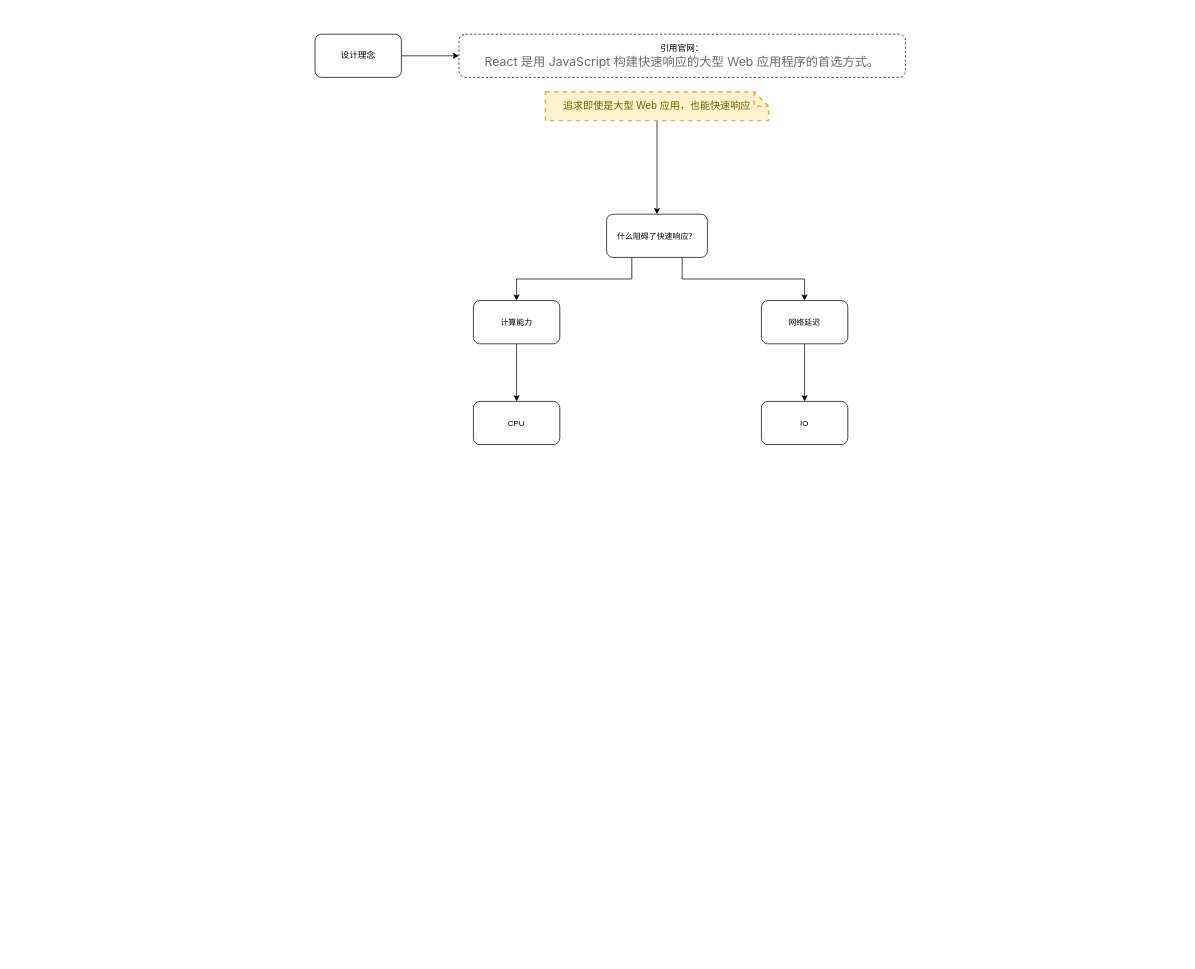
Before: React.drawio in FE-Sadhu/diagram, a draw.io diagram. Source tidied: cells renumbered, new cells numbered last; positions are measured from the earlier drawing's top-left corner, leaving out a move shared by most shapes. Both pictures are drawn from the tidied source at 72%, with x=0, y=0 at pixel (315, 34).
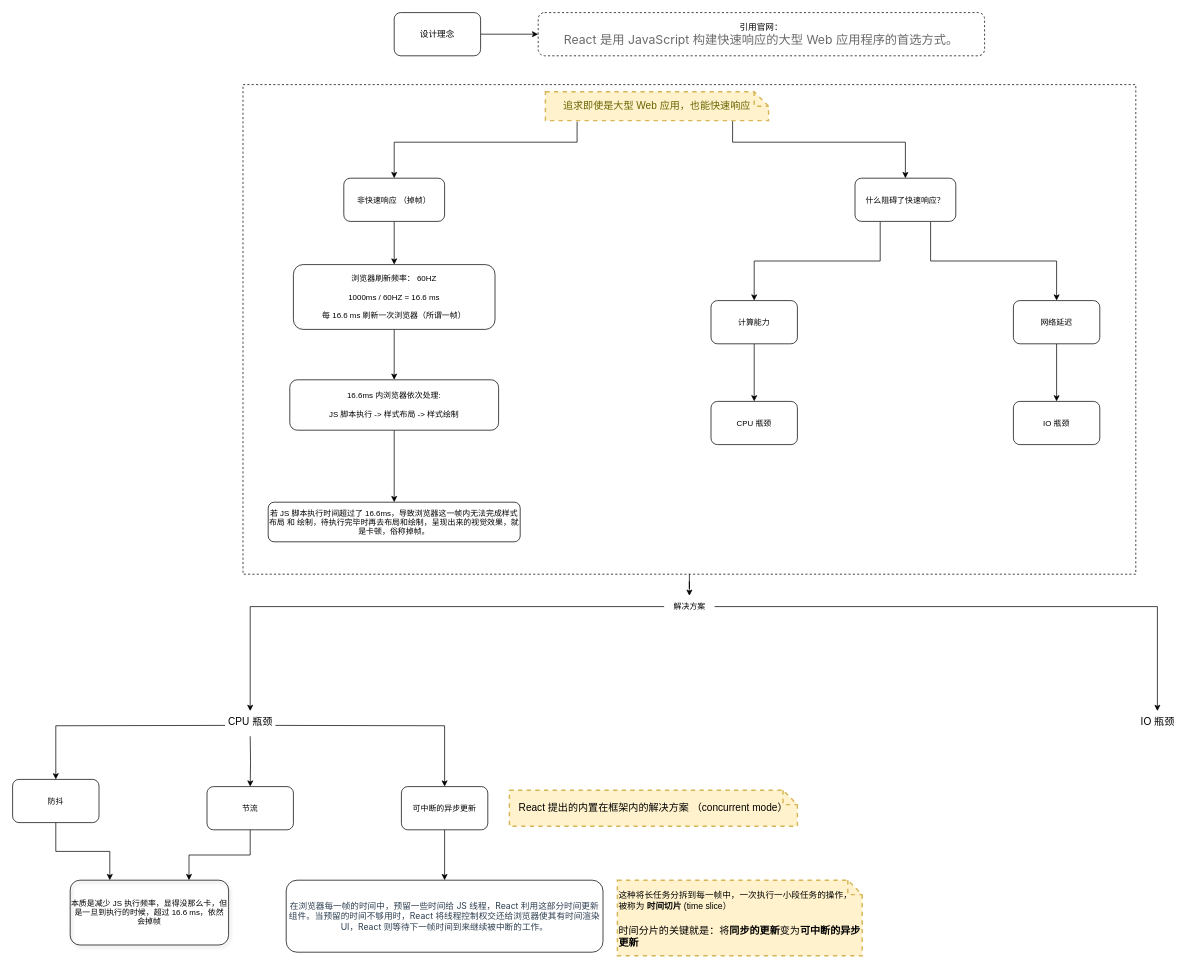
After the change.

The change refers to these unchanged cells:
```xml
<mxCell id="6" value="追求即使是大型 Web 应用，也能快速响应" style="shape=note;strokeWidth=2;fontSize=14;size=20;whiteSpace=wrap;html=1;fillColor=#fff2cc;strokeColor=#d6b656;fontColor=#666600;dashed=1;" parent="1" vertex="1">
  <mxGeometry x="320" y="80" width="310" height="40" as="geometry" />
</mxCell>
```

What changed in the source:
```diff
@@
+    <mxCell id="16" style="edgeStyle=orthogonalEdgeStyle;rounded=0;jettySize=auto;html=1;exitX=0.5;exitY=1;exitDx=0;exitDy=0;fontSize=11;" parent="1" edge="1" source="17" target="33">
+      <mxGeometry relative="1" as="geometry" />
+    </mxCell>
+    <mxCell id="17" style="rounded=0;whiteSpace=wrap;html=1;fontSize=11;dashed=1;fillColor=none;" parent="1" vertex="1">
+      <mxGeometry x="-100" y="70" width="1240" height="680" as="geometry" />
+    </mxCell>
@@
     <mxCell id="3" value="设计理念" style="rounded=1;whiteSpace=wrap;html=1;" parent="1" vertex="1">
-      <mxGeometry width="120" height="60" as="geometry" />
+      <mxGeometry x="110" y="-30" width="120" height="60" as="geometry" />
     </mxCell>
     <mxCell id="4" value="&lt;div style=&quot;&quot;&gt;&lt;span style=&quot;background-color: initial;&quot;&gt;引用官网：&lt;/span&gt;&lt;/div&gt;&lt;div style=&quot;text-align: left;&quot;&gt;&lt;span style=&quot;color: rgb(107, 107, 107); font-family: -apple-system, BlinkMacSystemFont, &amp;quot;Segoe UI&amp;quot;, Roboto, Oxygen, Ubuntu, Cantarell, &amp;quot;Fira Sans&amp;quot;, &amp;quot;Droid Sans&amp;quot;, &amp;quot;Helvetica Neue&amp;quot;, sans-serif; background-color: initial;&quot;&gt;&lt;font style=&quot;font-size: 17px;&quot;&gt;React 是用 JavaScript 构建快速响应的大型 Web 应用程序的首选方式。&lt;/font&gt;&lt;/span&gt;&lt;/div&gt;" style="rounded=1;whiteSpace=wrap;html=1;dashed=1;" parent="1" vertex="1">
-      <mxGeometry x="200" width="620" height="60" as="geometry" />
+      <mxGeometry x="310" y="-30" width="620" height="60" as="geometry" />
     </mxCell>
     <mxCell id="5" style="edgeStyle=orthogonalEdgeStyle;rounded=0;jettySize=auto;html=1;entryX=0.5;entryY=0;entryDx=0;entryDy=0;fontSize=11;" parent="1" edge="1" source="6" target="9">
-      <mxGeometry relative="1" as="geometry" />
+      <mxGeometry relative="1" as="geometry">
+        <Array as="points">
+          <mxPoint x="580" y="150" />
+          <mxPoint x="820" y="150" />
+        </Array>
+      </mxGeometry>
     </mxCell>
+    <mxCell id="18" style="edgeStyle=orthogonalEdgeStyle;rounded=0;jettySize=auto;html=1;exitX=0.142;exitY=1.036;exitDx=0;exitDy=0;exitPerimeter=0;fontSize=11;" parent="1" edge="1" source="6" target="20">
+      <mxGeometry relative="1" as="geometry">
+        <Array as="points">
+          <mxPoint x="364" y="150" />
+          <mxPoint x="110" y="150" />
+        </Array>
+      </mxGeometry>
+    </mxCell>
@@
     <mxCell id="9" value="&lt;font style=&quot;font-size: 11px;&quot;&gt;什么阻碍了快速响应？&lt;/font&gt;" style="rounded=1;whiteSpace=wrap;html=1;fontSize=17;" parent="1" vertex="1">
-      <mxGeometry x="405" y="250" width="140" height="60" as="geometry" />
+      <mxGeometry x="750" y="200" width="140" height="60" as="geometry" />
     </mxCell>
@@
     <mxCell id="11" value="计算能力" style="rounded=1;whiteSpace=wrap;html=1;fontSize=11;" parent="1" vertex="1">
-      <mxGeometry x="220" y="370" width="120" height="60" as="geometry" />
+      <mxGeometry x="550" y="370" width="120" height="60" as="geometry" />
     </mxCell>
@@
     <mxCell id="13" value="网络延迟" style="rounded=1;whiteSpace=wrap;html=1;fontSize=11;" parent="1" vertex="1">
-      <mxGeometry x="620" y="370" width="120" height="60" as="geometry" />
+      <mxGeometry x="970" y="370" width="120" height="60" as="geometry" />
     </mxCell>
-    <mxCell id="14" value="CPU" style="whiteSpace=wrap;html=1;fontSize=11;rounded=1;" parent="1" vertex="1">
-      <mxGeometry x="220" y="510" width="120" height="60" as="geometry" />
+    <mxCell id="14" value="CPU 瓶颈" style="whiteSpace=wrap;html=1;fontSize=11;rounded=1;" parent="1" vertex="1">
+      <mxGeometry x="550" y="510" width="120" height="60" as="geometry" />
     </mxCell>
-    <mxCell id="15" value="IO" style="whiteSpace=wrap;html=1;fontSize=11;rounded=1;" parent="1" vertex="1">
-      <mxGeometry x="620" y="510" width="120" height="60" as="geometry" />
+    <mxCell id="15" value="IO 瓶颈" style="whiteSpace=wrap;html=1;fontSize=11;rounded=1;" parent="1" vertex="1">
+      <mxGeometry x="970" y="510" width="120" height="60" as="geometry" />
     </mxCell>
+    <mxCell id="19" style="edgeStyle=orthogonalEdgeStyle;rounded=0;jettySize=auto;html=1;exitX=0.5;exitY=1;exitDx=0;exitDy=0;entryX=0.5;entryY=0;entryDx=0;entryDy=0;fontSize=11;" parent="1" edge="1" source="20" target="22">
+      <mxGeometry relative="1" as="geometry" />
+    </mxCell>
+    <mxCell id="20" value="&lt;span style=&quot;font-size: 11px;&quot;&gt;非快速响应 （掉帧）&lt;/span&gt;" style="rounded=1;whiteSpace=wrap;html=1;fontSize=17;" parent="1" vertex="1">
+      <mxGeometry x="40" y="200" width="140" height="60" as="geometry" />
+    </mxCell>
+    <mxCell id="21" style="edgeStyle=orthogonalEdgeStyle;rounded=0;jettySize=auto;html=1;exitX=0.5;exitY=1;exitDx=0;exitDy=0;entryX=0.5;entryY=0;entryDx=0;entryDy=0;fontSize=11;" parent="1" edge="1" source="22" target="24">
+      <mxGeometry relative="1" as="geometry" />
+    </mxCell>
+    <mxCell id="22" value="浏览器刷新频率： 60HZ&lt;br&gt;&lt;br&gt;1000ms / 60HZ = 16.6 ms&lt;br&gt;&lt;br&gt;每 16.6 ms 刷新一次浏览器（所谓一帧）" style="rounded=1;whiteSpace=wrap;html=1;fontSize=11;" parent="1" vertex="1">
+      <mxGeometry x="-30" y="320" width="280" height="90" as="geometry" />
+    </mxCell>
+    <mxCell id="23" style="edgeStyle=orthogonalEdgeStyle;rounded=0;jettySize=auto;html=1;fontSize=11;" parent="1" edge="1" source="24" target="25">
+      <mxGeometry relative="1" as="geometry" />
+    </mxCell>
+    <mxCell id="24" value="16.6ms 内浏览器依次处理:&lt;br&gt;&lt;br&gt;JS 脚本执行 -&amp;gt; 样式布局 -&amp;gt; 样式绘制&lt;br&gt;" style="rounded=1;whiteSpace=wrap;html=1;fontSize=11;" parent="1" vertex="1">
+      <mxGeometry x="-35" y="480" width="290" height="70" as="geometry" />
+    </mxCell>
+    <mxCell id="25" value="若 JS 脚本执行时间超过了 16.6ms，导致浏览器这一帧内无法完成样式布局 和 绘制，待执行完毕时再去布局和绘制，呈现出来的视觉效果，就是卡顿，俗称掉帧。" style="rounded=1;whiteSpace=wrap;html=1;fontSize=11;" parent="1" vertex="1">
+      <mxGeometry x="-65" y="650" width="350" height="55" as="geometry" />
+    </mxCell>
+    <mxCell id="26" style="edgeStyle=orthogonalEdgeStyle;rounded=0;jettySize=auto;html=1;entryX=0.25;entryY=0;entryDx=0;entryDy=0;fontSize=11;" parent="1" edge="1" source="27" target="38">
+      <mxGeometry relative="1" as="geometry" />
+    </mxCell>
+    <mxCell id="27" value="防抖" style="rounded=1;whiteSpace=wrap;html=1;fontSize=11;" parent="1" vertex="1">
+      <mxGeometry x="-420" y="1035" width="120" height="60" as="geometry" />
+    </mxCell>
+    <mxCell id="28" style="edgeStyle=orthogonalEdgeStyle;rounded=0;jettySize=auto;html=1;entryX=0.5;entryY=0;entryDx=0;entryDy=0;fontSize=11;" parent="1" edge="1" target="27">
+      <mxGeometry relative="1" as="geometry">
+        <mxPoint x="-125" y="960" as="sourcePoint" />
+      </mxGeometry>
+    </mxCell>
+    <mxCell id="29" style="edgeStyle=orthogonalEdgeStyle;rounded=0;jettySize=auto;html=1;fontSize=11;" parent="1" edge="1" target="35">
+      <mxGeometry relative="1" as="geometry">
+        <mxPoint x="-90" y="975" as="sourcePoint" />
+      </mxGeometry>
+    </mxCell>
+    <mxCell id="30" style="edgeStyle=orthogonalEdgeStyle;rounded=0;jettySize=auto;html=1;entryX=0.5;entryY=0;entryDx=0;entryDy=0;fontSize=11;" parent="1" edge="1" target="37">
+      <mxGeometry relative="1" as="geometry">
+        <mxPoint x="-55" y="960" as="sourcePoint" />
+      </mxGeometry>
+    </mxCell>
+    <mxCell id="31" style="edgeStyle=orthogonalEdgeStyle;rounded=0;jettySize=auto;html=1;fontFamily=Helvetica;fontSize=14;fontColor=#000000;" parent="1" edge="1" source="33" target="42">
+      <mxGeometry relative="1" as="geometry" />
+    </mxCell>
+    <mxCell id="32" style="edgeStyle=orthogonalEdgeStyle;rounded=0;jettySize=auto;html=1;fontFamily=Helvetica;fontSize=14;fontColor=#000000;" parent="1" edge="1" source="33" target="43">
+      <mxGeometry relative="1" as="geometry" />
+    </mxCell>
+    <mxCell id="33" value="解决方案" style="text;html=1;align=center;verticalAlign=middle;points=[];strokeColor=none;fillColor=none;fontSize=11;" parent="1" vertex="1">
+      <mxGeometry x="485" y="780" width="70" height="30" as="geometry" />
+    </mxCell>
+    <mxCell id="34" style="edgeStyle=orthogonalEdgeStyle;rounded=0;jettySize=auto;html=1;exitX=0.5;exitY=1;exitDx=0;exitDy=0;entryX=0.75;entryY=0;entryDx=0;entryDy=0;fontSize=11;" parent="1" edge="1" source="35" target="38">
+      <mxGeometry relative="1" as="geometry" />
+    </mxCell>
+    <mxCell id="35" value="节流" style="rounded=1;whiteSpace=wrap;html=1;fontSize=11;" parent="1" vertex="1">
+      <mxGeometry x="-150" y="1045" width="120" height="60" as="geometry" />
+    </mxCell>
+    <mxCell id="36" style="edgeStyle=orthogonalEdgeStyle;rounded=0;jettySize=auto;html=1;fontSize=11;" parent="1" edge="1" source="37" target="39">
+      <mxGeometry relative="1" as="geometry" />
+    </mxCell>
+    <mxCell id="37" value="可中断的异步更新" style="rounded=1;whiteSpace=wrap;html=1;fontSize=11;" parent="1" vertex="1">
+      <mxGeometry x="120" y="1045" width="120" height="60" as="geometry" />
+    </mxCell>
+    <mxCell id="38" value="本质是减少 JS 执行频率，显得没那么卡，但是一旦到执行的时候，超过 16.6 ms，依然会掉帧" style="rounded=1;whiteSpace=wrap;html=1;shadow=1;fontSize=11;fillColor=none;" parent="1" vertex="1">
+      <mxGeometry x="-340" y="1175" width="220" height="90" as="geometry" />
+    </mxCell>
+    <mxCell id="39" value="&lt;font style=&quot;font-size: 12px;&quot;&gt;&lt;span style=&quot;color: rgb(44, 62, 80); font-family: -apple-system, BlinkMacSystemFont, &amp;quot;Segoe UI&amp;quot;, Roboto, Oxygen, Ubuntu, Cantarell, &amp;quot;Fira Sans&amp;quot;, &amp;quot;Droid Sans&amp;quot;, &amp;quot;Helvetica Neue&amp;quot;, sans-serif; text-align: start; background-color: rgb(255, 255, 255);&quot;&gt;在浏览器每一帧的时间中，预留一些时间给 JS 线程，React&amp;nbsp;&lt;/span&gt;&lt;span style=&quot;color: rgb(44, 62, 80); font-family: -apple-system, BlinkMacSystemFont, &amp;quot;Segoe UI&amp;quot;, Roboto, Oxygen, Ubuntu, Cantarell, &amp;quot;Fira Sans&amp;quot;, &amp;quot;Droid Sans&amp;quot;, &amp;quot;Helvetica Neue&amp;quot;, sans-serif; text-align: start; background-color: rgb(255, 255, 255);&quot;&gt;利用这部分时间更新组件。&lt;/span&gt;&lt;/font&gt;&lt;font style=&quot;font-size: 12px;&quot;&gt;&lt;span style=&quot;color: rgb(44, 62, 80); font-family: -apple-system, BlinkMacSystemFont, &amp;quot;Segoe UI&amp;quot;, Roboto, Oxygen, Ubuntu, Cantarell, &amp;quot;Fira Sans&amp;quot;, &amp;quot;Droid Sans&amp;quot;, &amp;quot;Helvetica Neue&amp;quot;, sans-serif; text-align: start; background-color: rgb(255, 255, 255);&quot;&gt;当预留的时间不够用时，React&amp;nbsp;&lt;/span&gt;&lt;span style=&quot;color: rgb(44, 62, 80); font-family: -apple-system, BlinkMacSystemFont, &amp;quot;Segoe UI&amp;quot;, Roboto, Oxygen, Ubuntu, Cantarell, &amp;quot;Fira Sans&amp;quot;, &amp;quot;Droid Sans&amp;quot;, &amp;quot;Helvetica Neue&amp;quot;, sans-serif; text-align: start; background-color: rgb(255, 255, 255);&quot;&gt;将线程控制权交还给浏览器使其有时间渲染UI，React&amp;nbsp;&lt;/span&gt;&lt;span style=&quot;color: rgb(44, 62, 80); font-family: -apple-system, BlinkMacSystemFont, &amp;quot;Segoe UI&amp;quot;, Roboto, Oxygen, Ubuntu, Cantarell, &amp;quot;Fira Sans&amp;quot;, &amp;quot;Droid Sans&amp;quot;, &amp;quot;Helvetica Neue&amp;quot;, sans-serif; text-align: start; background-color: rgb(255, 255, 255);&quot;&gt;则等待下一帧时间到来继续被中断的工作。&lt;/span&gt;&lt;/font&gt;" style="whiteSpace=wrap;html=1;fontSize=11;rounded=1;" parent="1" vertex="1">
+      <mxGeometry x="-40" y="1175" width="440" height="100" as="geometry" />
+    </mxCell>
+    <mxCell id="40" value="&lt;span style=&quot;color: rgb(0, 0, 0);&quot;&gt;&lt;font style=&quot;font-size: 14px;&quot;&gt;React 提出的内置在框架内的解决方案&amp;nbsp;&lt;/font&gt;&lt;/span&gt;&lt;span style=&quot;color: rgb(0, 0, 0);&quot;&gt;&lt;font style=&quot;font-size: 14px;&quot;&gt;（concurrent mode）&lt;/font&gt;&lt;/span&gt;" style="shape=note;strokeWidth=2;fontSize=14;size=20;whiteSpace=wrap;html=1;fillColor=#fff2cc;strokeColor=#d6b656;fontColor=#666600;dashed=1;" parent="1" vertex="1">
+      <mxGeometry x="270" y="1050" width="400" height="50" as="geometry" />
+    </mxCell>
+    <mxCell id="41" value="&lt;span style=&quot;color: rgb(0, 0, 0); font-size: 12px;&quot;&gt;这种将长任务分拆到每一帧中，&lt;/span&gt;&lt;span style=&quot;color: rgb(0, 0, 0); font-size: 12px;&quot;&gt;一次&lt;/span&gt;&lt;span style=&quot;color: rgb(0, 0, 0); font-size: 12px;&quot;&gt;执行一小段任务的操作，&lt;br&gt;被称为&amp;nbsp;&lt;b&gt;时间切片&lt;/b&gt;&amp;nbsp;(&lt;/span&gt;&lt;span style=&quot;color: rgb(0, 0, 0); font-size: 12px;&quot;&gt;time slice）&lt;br&gt;&lt;br&gt;&lt;/span&gt;&lt;font style=&quot;font-size: 14px;&quot; color=&quot;#000000&quot;&gt;&lt;span style=&quot;font-family: -apple-system, BlinkMacSystemFont, &amp;quot;Segoe UI&amp;quot;, Roboto, Oxygen, Ubuntu, Cantarell, &amp;quot;Fira Sans&amp;quot;, &amp;quot;Droid Sans&amp;quot;, &amp;quot;Helvetica Neue&amp;quot;, sans-serif;&quot;&gt;时间分片的关键就是：将&lt;/span&gt;&lt;span style=&quot;font-weight: 600; font-family: -apple-system, BlinkMacSystemFont, &amp;quot;Segoe UI&amp;quot;, Roboto, Oxygen, Ubuntu, Cantarell, &amp;quot;Fira Sans&amp;quot;, &amp;quot;Droid Sans&amp;quot;, &amp;quot;Helvetica Neue&amp;quot;, sans-serif;&quot;&gt;同步的更新&lt;/span&gt;&lt;span style=&quot;font-family: -apple-system, BlinkMacSystemFont, &amp;quot;Segoe UI&amp;quot;, Roboto, Oxygen, Ubuntu, Cantarell, &amp;quot;Fira Sans&amp;quot;, &amp;quot;Droid Sans&amp;quot;, &amp;quot;Helvetica Neue&amp;quot;, sans-serif;&quot;&gt;变为&lt;/span&gt;&lt;span style=&quot;font-weight: 600; font-family: -apple-system, BlinkMacSystemFont, &amp;quot;Segoe UI&amp;quot;, Roboto, Oxygen, Ubuntu, Cantarell, &amp;quot;Fira Sans&amp;quot;, &amp;quot;Droid Sans&amp;quot;, &amp;quot;Helvetica Neue&amp;quot;, sans-serif;&quot;&gt;可中断的异步更新&lt;/span&gt;&lt;/font&gt;&lt;span style=&quot;color: rgb(0, 0, 0); font-size: 12px;&quot;&gt;&lt;br&gt;&lt;/span&gt;" style="shape=note;strokeWidth=2;fontSize=14;size=20;whiteSpace=wrap;html=1;fillColor=#fff2cc;strokeColor=#d6b656;fontColor=#666600;dashed=1;align=left;" parent="1" vertex="1">
+      <mxGeometry x="420" y="1175" width="340" height="105" as="geometry" />
+    </mxCell>
+    <mxCell id="42" value="CPU 瓶颈" style="text;html=1;align=center;verticalAlign=middle;points=[];strokeColor=none;fillColor=none;fontSize=14;fontFamily=Helvetica;fontColor=#000000;" parent="1" vertex="1">
+      <mxGeometry x="-130" y="940" width="80" height="30" as="geometry" />
+    </mxCell>
+    <mxCell id="43" value="IO 瓶颈" style="text;html=1;align=center;verticalAlign=middle;points=[];strokeColor=none;fillColor=none;fontSize=14;fontFamily=Helvetica;fontColor=#000000;" parent="1" vertex="1">
+      <mxGeometry x="1135" y="940" width="70" height="30" as="geometry" />
+    </mxCell>
```
